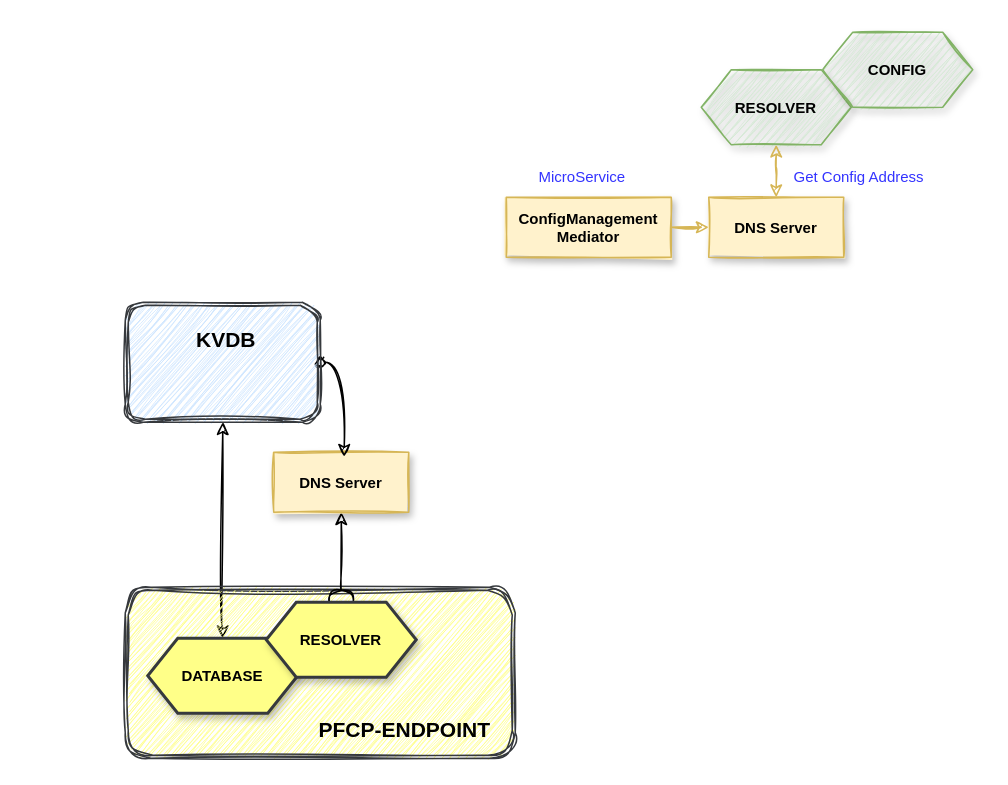
Earlier version of the draw.io diagram page "Database" (2 of 3) of External_submodule.drawio (SunLucc/Test). Source tidied: cells renumbered, new cells numbered last; positions are measured from the earlier drawing's top-left corner, leaving out a move shared by most shapes. Both pictures are drawn from the tidied source at 150%, with x=0, y=0 at pixel (124, 32).
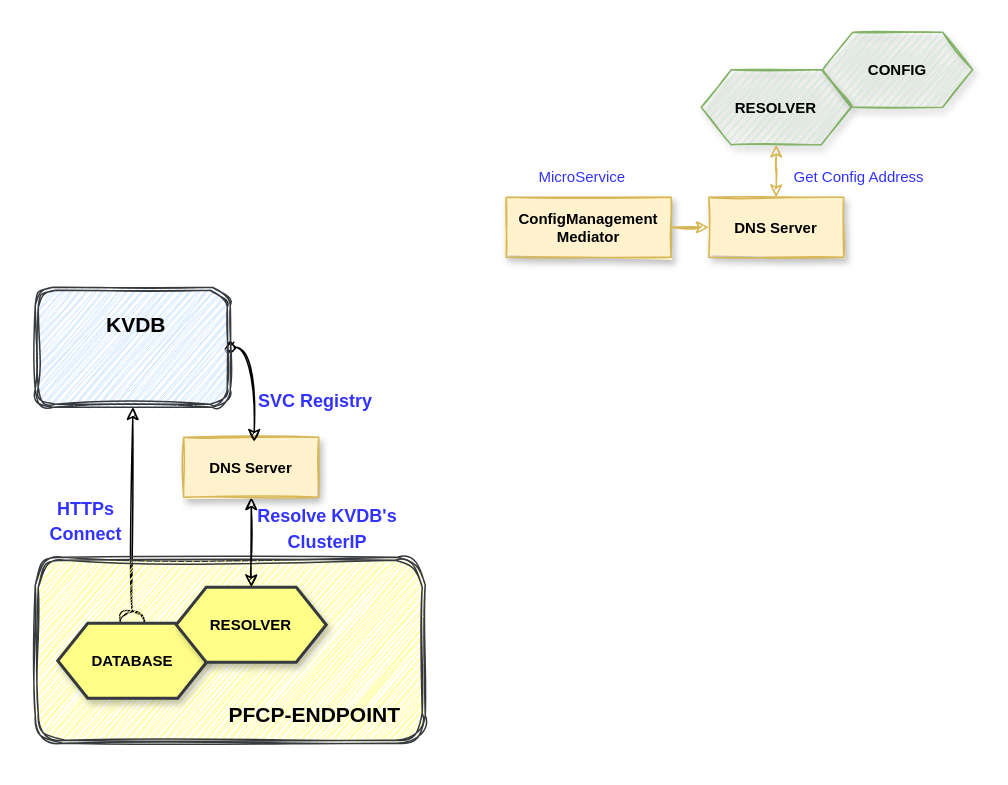
After the change.

The edit, as a diff of the source:
```diff
@@
-    <mxCell id="2" style="edgeStyle=orthogonalEdgeStyle;curved=1;sketch=1;jettySize=auto;html=1;exitX=0.5;exitY=0;exitDx=0;exitDy=0;entryX=0.5;entryY=1;entryDx=0;entryDy=0;fontSize=14;fontColor=#000000;startArrow=classic;startFill=1;endArrow=classic;endFill=1;" parent="1" edge="1" source="12" target="17">
+    <mxCell id="2" style="edgeStyle=orthogonalEdgeStyle;curved=1;sketch=1;jettySize=auto;html=1;exitX=0.5;exitY=0;exitDx=0;exitDy=0;entryX=0.5;entryY=1;entryDx=0;entryDy=0;fontSize=14;fontColor=#000000;startArrow=halfCircle;startFill=0;endArrow=classic;endFill=1;" parent="1" edge="1" source="12" target="17">
       <mxGeometry relative="1" as="geometry" />
     </mxCell>
     <mxCell id="3" style="shape=ext;double=1;rounded=1;whiteSpace=wrap;html=1;shadow=0;sketch=1;fillStyle=hachure;fontSize=14;fillColor=#ffff88;curveFitting=1;jiggle=2;strokeColor=#36393d;" parent="1" vertex="1">
-      <mxGeometry y="370" width="260" height="114" as="geometry" />
+      <mxGeometry x="-60" y="350" width="260" height="124" as="geometry" />
     </mxCell>
@@
     <mxCell id="12" value="&lt;b style=&quot;font-size: 10px;&quot;&gt;DATABASE&lt;/b&gt;" style="shape=hexagon;perimeter=hexagonPerimeter2;whiteSpace=wrap;html=1;fixedSize=1;fillStyle=solid;fillColor=#ffff88;strokeColor=#36393d;fontSize=10;rounded=0;shadow=1;strokeWidth=2;" parent="1" vertex="1">
-      <mxGeometry x="15" y="404" width="100" height="50" as="geometry" />
+      <mxGeometry x="-45" y="394" width="100" height="50" as="geometry" />
     </mxCell>
-    <mxCell id="13" style="edgeStyle=orthogonalEdgeStyle;curved=1;sketch=1;jettySize=auto;html=1;exitX=0.5;exitY=0;exitDx=0;exitDy=0;entryX=0.5;entryY=1;entryDx=0;entryDy=0;fontSize=14;fontColor=#000000;startArrow=halfCircle;startFill=0;endArrow=classic;endFill=1;" parent="1" edge="1" source="14" target="15">
+    <mxCell id="13" style="edgeStyle=orthogonalEdgeStyle;curved=1;sketch=1;jettySize=auto;html=1;exitX=0.5;exitY=0;exitDx=0;exitDy=0;entryX=0.5;entryY=1;entryDx=0;entryDy=0;fontSize=14;fontColor=#000000;startArrow=classic;startFill=1;endArrow=classic;endFill=1;" parent="1" edge="1" source="14" target="15">
       <mxGeometry relative="1" as="geometry" />
     </mxCell>
     <mxCell id="14" value="&lt;b style=&quot;font-size: 10px;&quot;&gt;RESOLVER&lt;/b&gt;" style="shape=hexagon;perimeter=hexagonPerimeter2;whiteSpace=wrap;html=1;fixedSize=1;fillStyle=solid;fillColor=#ffff88;strokeColor=#36393d;fontSize=10;rounded=0;shadow=1;strokeWidth=2;" parent="1" vertex="1">
-      <mxGeometry x="94" y="380" width="100" height="50" as="geometry" />
+      <mxGeometry x="34" y="370" width="100" height="50" as="geometry" />
     </mxCell>
     <mxCell id="15" value="&lt;b&gt;DNS Server&lt;/b&gt;" style="whiteSpace=wrap;html=1;fontSize=10;fillColor=#fff2cc;strokeColor=#d6b656;fillStyle=solid;rounded=0;shadow=1;sketch=1;" parent="1" vertex="1">
-      <mxGeometry x="99" y="280" width="90" height="40" as="geometry" />
+      <mxGeometry x="39" y="270" width="90" height="40" as="geometry" />
     </mxCell>
     <mxCell id="16" style="edgeStyle=orthogonalEdgeStyle;curved=1;sketch=1;jettySize=auto;html=1;exitX=1;exitY=0.5;exitDx=0;exitDy=0;entryX=0.522;entryY=0.075;entryDx=0;entryDy=0;fontSize=14;fontColor=#000000;startArrow=oval;startFill=0;endArrow=classic;endFill=1;entryPerimeter=0;" parent="1" edge="1" source="17" target="15">
       <mxGeometry relative="1" as="geometry">
         <Array as="points">
-          <mxPoint x="146" y="220" />
+          <mxPoint x="86" y="210" />
         </Array>
       </mxGeometry>
     </mxCell>
     <mxCell id="17" style="shape=ext;double=1;rounded=1;whiteSpace=wrap;html=1;shadow=0;sketch=1;fillStyle=hachure;fontSize=14;fillColor=#cce5ff;curveFitting=1;jiggle=2;strokeColor=#36393d;" parent="1" vertex="1">
-      <mxGeometry y="180" width="130" height="80" as="geometry" />
+      <mxGeometry x="-60" y="170" width="130" height="80" as="geometry" />
     </mxCell>
     <mxCell id="18" value="&lt;b&gt;PFCP-ENDPOINT&lt;/b&gt;" style="text;html=1;strokeColor=none;fillColor=none;align=center;verticalAlign=middle;whiteSpace=wrap;rounded=0;shadow=0;sketch=1;fillStyle=hachure;fontSize=14;fontColor=#000000;" parent="1" vertex="1">
-      <mxGeometry x="124" y="450" width="125" height="30" as="geometry" />
+      <mxGeometry x="64" y="440" width="125" height="30" as="geometry" />
     </mxCell>
     <mxCell id="19" value="&lt;b&gt;KVDB&lt;/b&gt;" style="text;html=1;strokeColor=none;fillColor=none;align=center;verticalAlign=middle;whiteSpace=wrap;rounded=0;shadow=0;sketch=1;fillStyle=hachure;fontSize=14;fontColor=#000000;" parent="1" vertex="1">
-      <mxGeometry x="5" y="190" width="125" height="30" as="geometry" />
+      <mxGeometry x="-55" y="180" width="125" height="30" as="geometry" />
     </mxCell>
+    <mxCell id="20" value="&lt;font style=&quot;font-size: 12px;&quot;&gt;SVC Registry&lt;/font&gt;" style="text;html=1;strokeColor=none;fillColor=none;align=center;verticalAlign=middle;whiteSpace=wrap;rounded=0;shadow=0;dashed=0;labelBackgroundColor=none;sketch=0;fillStyle=cross-hatch;fontFamily=Helvetica;fontSize=14;fontColor=#3333FF;fontStyle=1;" parent="1" vertex="1">
+      <mxGeometry x="86.5" y="230" width="80" height="30" as="geometry" />
+    </mxCell>
+    <mxCell id="21" value="&lt;span style=&quot;font-size: 12px;&quot;&gt;Resolve KVDB's ClusterIP&lt;/span&gt;" style="text;html=1;strokeColor=none;fillColor=none;align=center;verticalAlign=middle;whiteSpace=wrap;rounded=0;shadow=0;dashed=0;labelBackgroundColor=none;sketch=0;fillStyle=cross-hatch;fontFamily=Helvetica;fontSize=14;fontColor=#3333FF;fontStyle=1;" parent="1" vertex="1">
+      <mxGeometry x="80.5" y="315" width="107.5" height="30" as="geometry" />
+    </mxCell>
+    <mxCell id="22" value="&lt;font style=&quot;font-size: 12px;&quot;&gt;HTTPs Connect&lt;/font&gt;" style="text;html=1;strokeColor=none;fillColor=none;align=center;verticalAlign=middle;whiteSpace=wrap;rounded=0;shadow=0;dashed=0;labelBackgroundColor=none;sketch=0;fillStyle=cross-hatch;fontFamily=Helvetica;fontSize=14;fontColor=#3333FF;fontStyle=1;" parent="1" vertex="1">
+      <mxGeometry x="-66" y="310" width="80" height="30" as="geometry" />
+    </mxCell>
```
